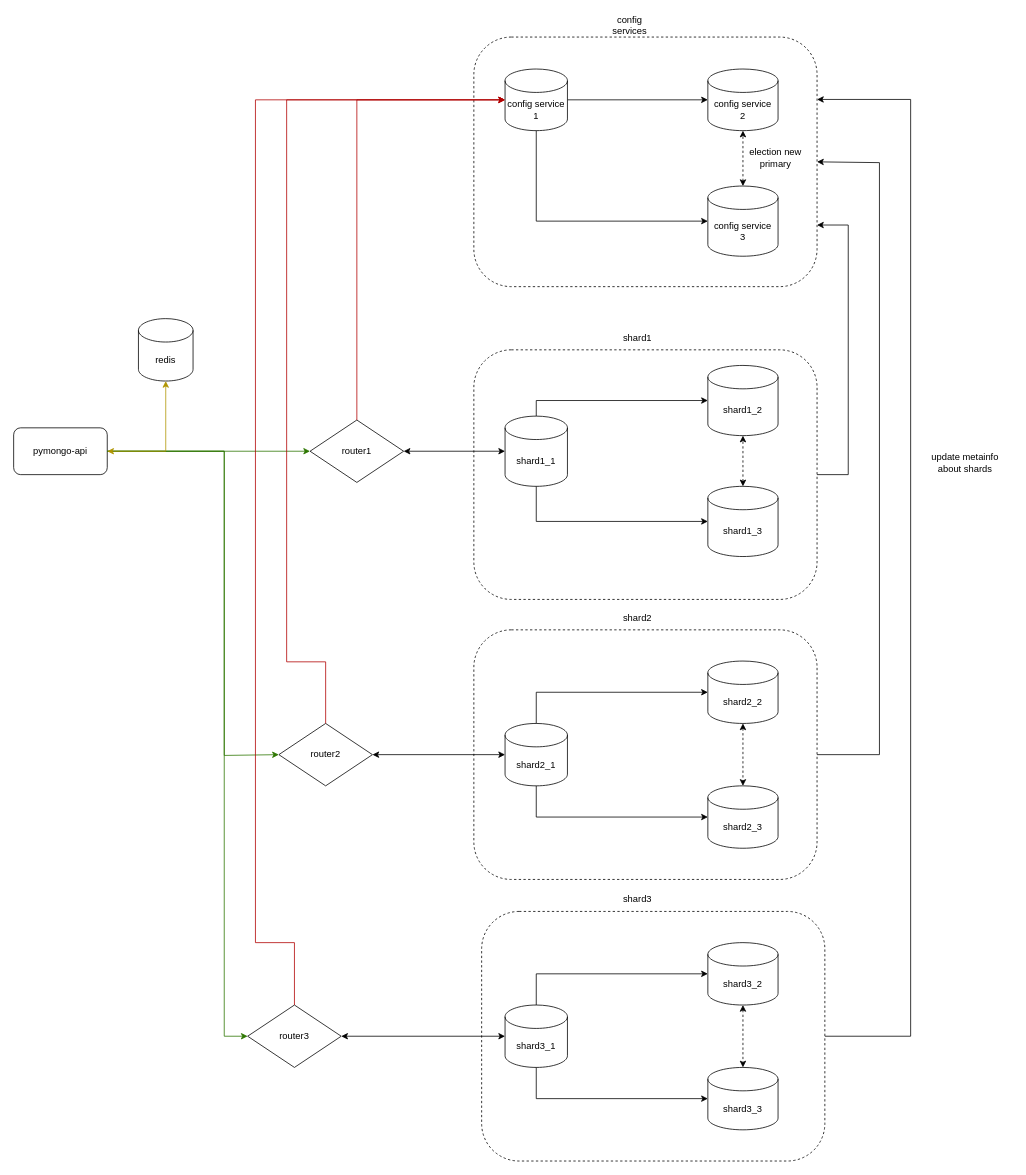
This is page "3" (4 of 6) of diagram.drawio from rogzy/architecture-sprint-2, a draw.io file, before an edit. Source tidied: cells renumbered, new cells numbered last; positions are measured from the earlier drawing's top-left corner, leaving out a move shared by most shapes. Both pictures are drawn from the tidied source at 78%, with x=0, y=0 at pixel (13, 13).
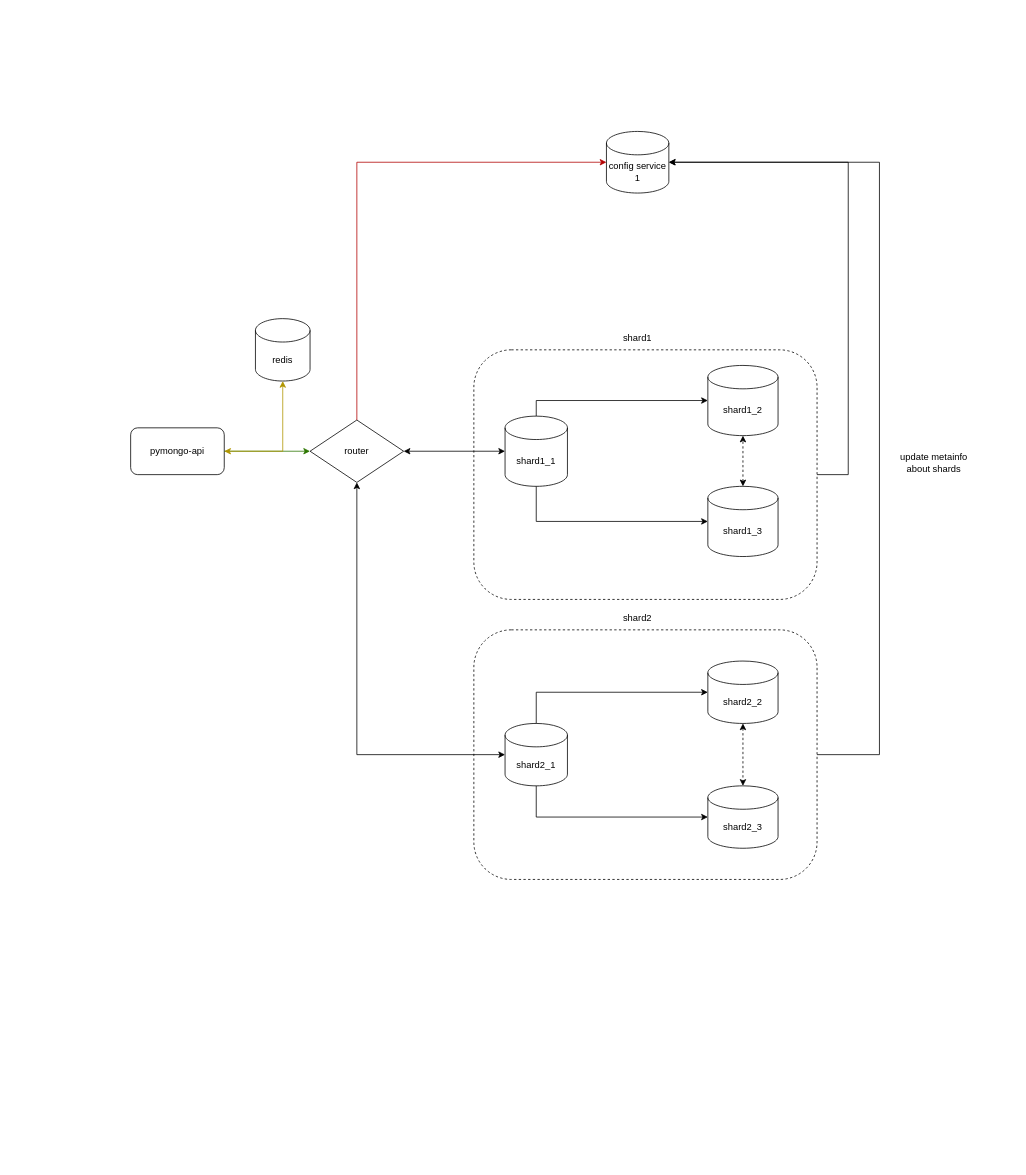
The same diagram, later.

The change refers to these unchanged cells:
```xml
<mxCell id="3" style="rounded=1;whiteSpace=wrap;html=1;fillColor=none;dashed=1;" parent="1" vertex="1">
  <mxGeometry x="590" y="790" width="440" height="320" as="geometry" />
</mxCell>
<mxCell id="4" style="rounded=1;whiteSpace=wrap;html=1;fillColor=none;dashed=1;" parent="1" vertex="1">
  <mxGeometry x="590" y="431" width="440" height="320" as="geometry" />
</mxCell>
<mxCell id="13" value="shard2_1" style="shape=cylinder3;whiteSpace=wrap;html=1;boundedLbl=1;backgroundOutline=1;size=15;" parent="1" vertex="1">
  <mxGeometry x="630" y="910" width="80" height="80" as="geometry" />
</mxCell>
```

The edit, as a diff of the source:
```diff
@@
-    <mxCell id="2" style="rounded=1;whiteSpace=wrap;html=1;fillColor=none;dashed=1;" parent="1" vertex="1">
-      <mxGeometry x="600" y="1151" width="440" height="320" as="geometry" />
-    </mxCell>
@@
-    <mxCell id="5" style="rounded=1;whiteSpace=wrap;html=1;fillColor=none;dashed=1;" parent="1" vertex="1">
-      <mxGeometry x="590" y="30" width="440" height="320" as="geometry" />
-    </mxCell>
@@
     <mxCell id="7" value="pymongo-api" style="rounded=1;whiteSpace=wrap;html=1;" parent="1" vertex="1">
-      <mxGeometry y="531" width="120" height="60" as="geometry" />
+      <mxGeometry x="150" y="531" width="120" height="60" as="geometry" />
     </mxCell>
@@
-    <mxCell id="11" style="edgeStyle=orthogonalEdgeStyle;rounded=0;jettySize=auto;html=1;startArrow=classic;startFill=1;entryX=0;entryY=0.5;entryDx=0;entryDy=0;entryPerimeter=0;exitX=1;exitY=0.5;exitDx=0;exitDy=0;" parent="1" edge="1" source="14" target="13">
-      <mxGeometry relative="1" as="geometry" />
-    </mxCell>
-    <mxCell id="12" value="router1" style="rhombus;whiteSpace=wrap;html=1;" parent="1" vertex="1">
+    <mxCell id="12" value="router" style="rhombus;whiteSpace=wrap;html=1;" parent="1" vertex="1">
       <mxGeometry x="380" y="521" width="120" height="80" as="geometry" />
     </mxCell>
@@
-    <mxCell id="14" value="router2" style="rhombus;whiteSpace=wrap;html=1;" parent="1" vertex="1">
-      <mxGeometry x="340" y="910" width="120" height="80" as="geometry" />
-    </mxCell>
@@
-    <mxCell id="24" style="edgeStyle=orthogonalEdgeStyle;rounded=0;jettySize=auto;html=1;startArrow=classic;startFill=1;entryX=0;entryY=0.5;entryDx=0;entryDy=0;entryPerimeter=0;exitX=1;exitY=0.5;exitDx=0;exitDy=0;" parent="1" edge="1" source="26" target="25">
-      <mxGeometry relative="1" as="geometry" />
-    </mxCell>
-    <mxCell id="25" value="shard3_1" style="shape=cylinder3;whiteSpace=wrap;html=1;boundedLbl=1;backgroundOutline=1;size=15;" parent="1" vertex="1">
-      <mxGeometry x="630" y="1271" width="80" height="80" as="geometry" />
-    </mxCell>
-    <mxCell id="26" value="router3" style="rhombus;whiteSpace=wrap;html=1;" parent="1" vertex="1">
-      <mxGeometry x="300" y="1271" width="120" height="80" as="geometry" />
-    </mxCell>
-    <mxCell id="27" style="edgeStyle=orthogonalEdgeStyle;rounded=0;jettySize=auto;html=1;entryX=0;entryY=0.5;entryDx=0;entryDy=0;entryPerimeter=0;exitX=0.5;exitY=0;exitDx=0;exitDy=0;exitPerimeter=0;" parent="1" edge="1" source="25" target="29">
-      <mxGeometry relative="1" as="geometry">
-        <Array as="points">
-          <mxPoint x="670" y="1231" />
-        </Array>
-      </mxGeometry>
-    </mxCell>
-    <mxCell id="28" style="edgeStyle=orthogonalEdgeStyle;rounded=0;jettySize=auto;html=1;startArrow=classic;startFill=1;dashed=1;" parent="1" edge="1" source="29" target="30">
-      <mxGeometry relative="1" as="geometry" />
-    </mxCell>
-    <mxCell id="29" value="shard3_2" style="shape=cylinder3;whiteSpace=wrap;html=1;boundedLbl=1;backgroundOutline=1;size=15;" parent="1" vertex="1">
-      <mxGeometry x="890" y="1191" width="90" height="80" as="geometry" />
-    </mxCell>
-    <mxCell id="30" value="shard3_3" style="shape=cylinder3;whiteSpace=wrap;html=1;boundedLbl=1;backgroundOutline=1;size=15;" parent="1" vertex="1">
-      <mxGeometry x="890" y="1351" width="90" height="80" as="geometry" />
-    </mxCell>
-    <mxCell id="31" style="edgeStyle=orthogonalEdgeStyle;rounded=0;jettySize=auto;html=1;entryX=0;entryY=0.5;entryDx=0;entryDy=0;entryPerimeter=0;exitX=0.5;exitY=1;exitDx=0;exitDy=0;exitPerimeter=0;" parent="1" edge="1" source="25" target="30">
-      <mxGeometry relative="1" as="geometry">
-        <Array as="points">
-          <mxPoint x="670" y="1391" />
-        </Array>
-      </mxGeometry>
-    </mxCell>
-    <mxCell id="32" style="edgeStyle=orthogonalEdgeStyle;rounded=0;jettySize=auto;html=1;exitX=1;exitY=0.5;exitDx=0;exitDy=0;entryX=0;entryY=0.5;entryDx=0;entryDy=0;fillColor=#60a917;strokeColor=#2D7600;" parent="1" edge="1" source="7" target="14">
-      <mxGeometry relative="1" as="geometry">
-        <Array as="points">
-          <mxPoint x="270" y="561" />
-          <mxPoint x="270" y="951" />
-          <mxPoint x="340" y="951" />
-        </Array>
-      </mxGeometry>
-    </mxCell>
-    <mxCell id="33" style="edgeStyle=orthogonalEdgeStyle;rounded=0;jettySize=auto;html=1;exitX=1;exitY=0.5;exitDx=0;exitDy=0;entryX=0;entryY=0.5;entryDx=0;entryDy=0;fillColor=#60a917;strokeColor=#2D7600;" parent="1" edge="1" source="7" target="26">
-      <mxGeometry relative="1" as="geometry">
-        <Array as="points">
-          <mxPoint x="270" y="561" />
-          <mxPoint x="270" y="1311" />
-        </Array>
-      </mxGeometry>
-    </mxCell>
-    <mxCell id="34" style="edgeStyle=orthogonalEdgeStyle;rounded=0;jettySize=auto;html=1;entryX=0;entryY=0.5;entryDx=0;entryDy=0;entryPerimeter=0;" parent="1" edge="1" source="35" target="36">
-      <mxGeometry relative="1" as="geometry" />
-    </mxCell>
     <mxCell id="35" value="&lt;div&gt;config service&lt;/div&gt;&lt;div&gt;1&lt;/div&gt;" style="shape=cylinder3;whiteSpace=wrap;html=1;boundedLbl=1;backgroundOutline=1;size=15;" parent="1" vertex="1">
-      <mxGeometry x="630" y="71" width="80" height="79" as="geometry" />
+      <mxGeometry x="760" y="151" width="80" height="79" as="geometry" />
     </mxCell>
-    <mxCell id="36" value="&lt;div&gt;config service&lt;/div&gt;&lt;div&gt;2&lt;/div&gt;" style="shape=cylinder3;whiteSpace=wrap;html=1;boundedLbl=1;backgroundOutline=1;size=15;" parent="1" vertex="1">
-      <mxGeometry x="890" y="71" width="90" height="79" as="geometry" />
-    </mxCell>
-    <mxCell id="37" style="edgeStyle=orthogonalEdgeStyle;rounded=0;jettySize=auto;html=1;startArrow=classic;startFill=1;dashed=1;" parent="1" edge="1" source="38" target="36">
-      <mxGeometry relative="1" as="geometry" />
-    </mxCell>
-    <mxCell id="38" value="&lt;div&gt;config service&lt;/div&gt;&lt;div&gt;3&lt;/div&gt;" style="shape=cylinder3;whiteSpace=wrap;html=1;boundedLbl=1;backgroundOutline=1;size=15;" parent="1" vertex="1">
-      <mxGeometry x="890" y="221" width="90" height="90" as="geometry" />
-    </mxCell>
-    <mxCell id="39" style="edgeStyle=orthogonalEdgeStyle;rounded=0;jettySize=auto;html=1;entryX=0;entryY=0.5;entryDx=0;entryDy=0;entryPerimeter=0;exitX=0.5;exitY=1;exitDx=0;exitDy=0;exitPerimeter=0;" parent="1" edge="1" source="35" target="38">
-      <mxGeometry relative="1" as="geometry" />
-    </mxCell>
     <mxCell id="40" style="endArrow=classic;html=1;rounded=0;exitX=0.5;exitY=0;exitDx=0;exitDy=0;entryX=0;entryY=0.5;entryDx=0;entryDy=0;entryPerimeter=0;edgeStyle=orthogonalEdgeStyle;fillColor=#e51400;strokeColor=#B20000;" parent="1" edge="1" source="12" target="35">
-      <mxGeometry relative="1" as="geometry" />
+      <mxGeometry relative="1" as="geometry">
+        <Array as="points">
+          <mxPoint x="440" y="190" />
+        </Array>
+      </mxGeometry>
     </mxCell>
-    <mxCell id="41" style="endArrow=classic;html=1;rounded=0;exitX=0.5;exitY=0;exitDx=0;exitDy=0;entryX=0;entryY=0.5;entryDx=0;entryDy=0;entryPerimeter=0;edgeStyle=orthogonalEdgeStyle;fillColor=#e51400;strokeColor=#B20000;" parent="1" edge="1" source="14" target="35">
-      <mxGeometry relative="1" as="geometry">
-        <Array as="points">
-          <mxPoint x="400" y="831" />
-          <mxPoint x="350" y="831" />
-          <mxPoint x="350" y="111" />
-          <mxPoint x="630" y="111" />
-        </Array>
-      </mxGeometry>
-    </mxCell>
-    <mxCell id="42" style="endArrow=classic;html=1;rounded=0;exitX=0.5;exitY=0;exitDx=0;exitDy=0;entryX=0;entryY=0.5;entryDx=0;entryDy=0;entryPerimeter=0;edgeStyle=orthogonalEdgeStyle;fillColor=#e51400;strokeColor=#B20000;" parent="1" edge="1" source="26" target="35">
-      <mxGeometry relative="1" as="geometry">
-        <Array as="points">
-          <mxPoint x="360" y="1191" />
-          <mxPoint x="310" y="1191" />
-          <mxPoint x="310" y="111" />
-          <mxPoint x="630" y="111" />
-        </Array>
-      </mxGeometry>
-    </mxCell>
     <mxCell id="43" value="redis" style="shape=cylinder3;whiteSpace=wrap;html=1;boundedLbl=1;backgroundOutline=1;size=15;" parent="1" vertex="1">
-      <mxGeometry x="160" y="391" width="70" height="80" as="geometry" />
+      <mxGeometry x="310" y="391" width="70" height="80" as="geometry" />
     </mxCell>
@@
-    <mxCell id="45" value="election new primary" style="text;html=1;align=center;verticalAlign=middle;whiteSpace=wrap;rounded=0;" parent="1" vertex="1">
-      <mxGeometry x="937" y="170" width="80" height="30" as="geometry" />
-    </mxCell>
-    <mxCell id="46" value="config services" style="text;html=1;align=center;verticalAlign=middle;whiteSpace=wrap;rounded=0;" parent="1" vertex="1">
-      <mxGeometry x="750" width="80" height="30" as="geometry" />
-    </mxCell>
@@
-    <mxCell id="49" value="shard3" style="text;html=1;align=center;verticalAlign=middle;whiteSpace=wrap;rounded=0;" parent="1" vertex="1">
-      <mxGeometry x="760" y="1121" width="80" height="30" as="geometry" />
-    </mxCell>
-    <mxCell id="50" style="endArrow=classic;html=1;rounded=0;exitX=1;exitY=0.5;exitDx=0;exitDy=0;edgeStyle=orthogonalEdgeStyle;" parent="1" edge="1" source="4">
+    <mxCell id="50" style="endArrow=classic;html=1;rounded=0;exitX=1;exitY=0.5;exitDx=0;exitDy=0;edgeStyle=orthogonalEdgeStyle;entryX=1;entryY=0.5;entryDx=0;entryDy=0;entryPerimeter=0;" parent="1" edge="1" source="4" target="35">
       <mxGeometry relative="1" as="geometry">
-        <mxPoint x="1030" y="271" as="targetPoint" />
         <Array as="points">
           <mxPoint x="1070" y="591" />
-          <mxPoint x="1070" y="271" />
+          <mxPoint x="1070" y="190" />
         </Array>
       </mxGeometry>
     </mxCell>
-    <mxCell id="51" style="endArrow=classic;html=1;rounded=0;exitX=1;exitY=0.5;exitDx=0;exitDy=0;edgeStyle=orthogonalEdgeStyle;entryX=1;entryY=0.5;entryDx=0;entryDy=0;" parent="1" edge="1" source="3" target="5">
+    <mxCell id="51" style="endArrow=classic;html=1;rounded=0;exitX=1;exitY=0.5;exitDx=0;exitDy=0;edgeStyle=orthogonalEdgeStyle;entryX=1;entryY=0.5;entryDx=0;entryDy=0;entryPerimeter=0;" parent="1" edge="1" source="3" target="35">
       <mxGeometry relative="1" as="geometry">
         <Array as="points">
           <mxPoint x="1110" y="950" />
           <mxPoint x="1110" y="191" />
-          <mxPoint x="1030" y="191" />
         </Array>
       </mxGeometry>
     </mxCell>
-    <mxCell id="52" style="endArrow=classic;html=1;rounded=0;exitX=1;exitY=0.5;exitDx=0;exitDy=0;entryX=1;entryY=0.25;entryDx=0;entryDy=0;edgeStyle=orthogonalEdgeStyle;" parent="1" edge="1" source="2" target="5">
-      <mxGeometry relative="1" as="geometry">
-        <Array as="points">
-          <mxPoint x="1150" y="1311" />
-          <mxPoint x="1150" y="110" />
-        </Array>
-      </mxGeometry>
-    </mxCell>
     <mxCell id="53" value="update metainfo about shards" style="text;html=1;align=center;verticalAlign=middle;whiteSpace=wrap;rounded=0;" parent="1" vertex="1">
-      <mxGeometry x="1160" y="561" width="120" height="30" as="geometry" />
+      <mxGeometry x="1120" y="561" width="120" height="30" as="geometry" />
     </mxCell>
+    <mxCell id="54" style="edgeStyle=orthogonalEdgeStyle;rounded=0;jettySize=auto;html=1;startArrow=classic;startFill=1;exitX=0.5;exitY=1;exitDx=0;exitDy=0;entryX=0;entryY=0.5;entryDx=0;entryDy=0;entryPerimeter=0;" parent="1" edge="1" source="12" target="13">
+      <mxGeometry relative="1" as="geometry" />
+    </mxCell>
```
